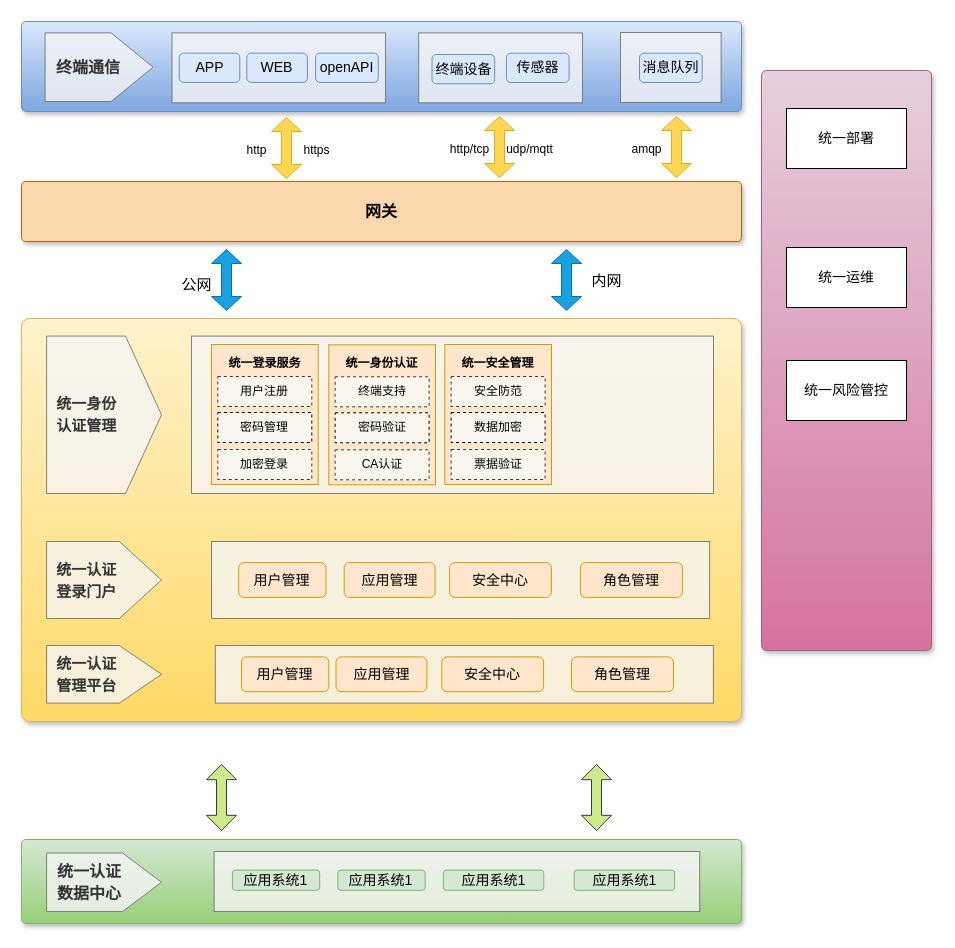
Above: 东庄信息化项目-统一权限管理.drawio in sun-beijixing/drawio (draw.io), before the change. Source tidied: cells renumbered, new cells numbered last; positions are measured from the earlier drawing's top-left corner, leaving out a move shared by most shapes. Both pictures are drawn from the tidied source at 100%, with x=0, y=0 at pixel (21, 21).
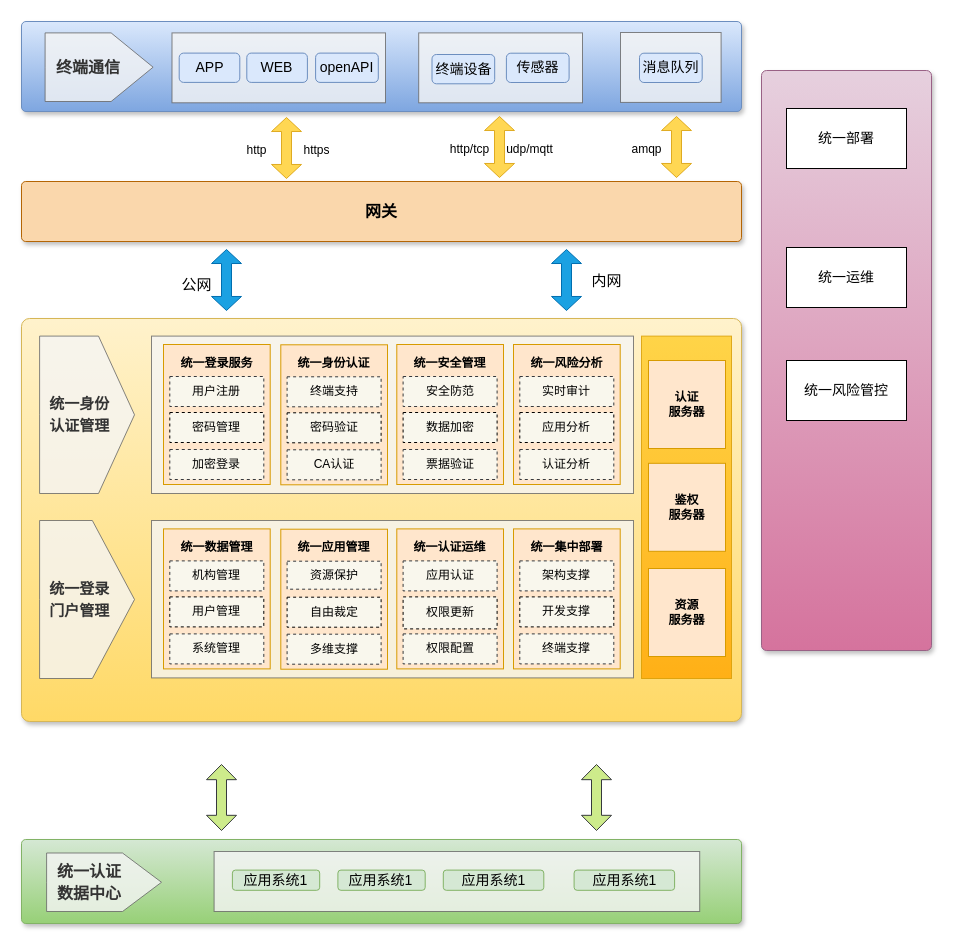
After the change.

Commit message (it also covers changes not shown here):
更新东庄信息化项目-统一权限管理.drawio

The change refers to these unchanged cells:
```xml
<mxCell id="14" style="text;html=1;strokeColor=#d6b656;fillColor=#fff2cc;align=center;verticalAlign=middle;whiteSpace=wrap;fontSize=54;fontStyle=1;shadow=1;rounded=1;glass=0;sketch=0;arcSize=2;gradientColor=#ffd966;" parent="1" vertex="1">
  <mxGeometry y="297" width="720" height="403" as="geometry" />
</mxCell>
```

Change to the diagram source:
```diff
@@
     <mxCell id="15" style="rounded=0;whiteSpace=wrap;html=1;shadow=0;glass=0;sketch=0;fontSize=20;fillColor=#f5f5f5;fontColor=#333333;strokeColor=#666666;opacity=80;" parent="14" vertex="1">
-      <mxGeometry x="170" y="17.6" width="522" height="157.4" as="geometry" />
+      <mxGeometry x="130" y="17.6" width="482" height="157.4" as="geometry" />
     </mxCell>
     <mxCell id="16" value="&lt;div style=&quot;&quot;&gt;&lt;b style=&quot;font-size: 15px;&quot;&gt;&amp;nbsp; 统一身份&lt;br&gt;&amp;nbsp; 认证管理&lt;/b&gt;&lt;br&gt;&lt;/div&gt;" style="html=1;shadow=0;dashed=0;align=left;verticalAlign=middle;shape=mxgraph.arrows2.arrow;dy=0;dx=36;notch=0;rounded=0;glass=0;sketch=0;fontSize=18;fillColor=#f5f5f5;fontColor=#333333;strokeColor=#666666;whiteSpace=wrap;opacity=80;" parent="14" vertex="1">
-      <mxGeometry x="25.1" y="17.6" width="114.9" height="157.4" as="geometry" />
+      <mxGeometry x="18.1" y="17.6" width="94.9" height="157.4" as="geometry" />
     </mxCell>
-    <mxCell id="17" style="rounded=0;whiteSpace=wrap;html=1;shadow=0;glass=0;sketch=0;fontSize=20;fillColor=#f5f5f5;fontColor=#333333;strokeColor=#666666;opacity=80;" parent="14" vertex="1">
-      <mxGeometry x="190" y="223" width="498.1" height="77" as="geometry" />
-    </mxCell>
-    <mxCell id="18" value="&lt;font style=&quot;font-size: 14px;&quot;&gt;用户管理&lt;/font&gt;" style="rounded=1;whiteSpace=wrap;html=1;shadow=0;glass=0;sketch=0;fillColor=#ffe6cc;strokeColor=#d79b00;" parent="14" vertex="1">
-      <mxGeometry x="217.2" y="244.1" width="87.3" height="34.8" as="geometry" />
-    </mxCell>
-    <mxCell id="19" value="&lt;span style=&quot;color: rgb(51, 51, 51);&quot;&gt;&lt;b style=&quot;font-size: 15px;&quot;&gt;&lt;font style=&quot;font-size: 15px;&quot;&gt;&amp;nbsp; 统一认证&lt;br&gt;&amp;nbsp; 登录门户&lt;br&gt;&lt;/font&gt;&lt;/b&gt;&lt;/span&gt;" style="html=1;shadow=0;dashed=0;align=left;verticalAlign=middle;shape=mxgraph.arrows2.arrow;dy=0;dx=42.16;notch=0;rounded=0;glass=0;sketch=0;fontSize=18;fillColor=#f5f5f5;fontColor=#333333;strokeColor=#666666;whiteSpace=wrap;opacity=80;" parent="14" vertex="1">
-      <mxGeometry x="25.1" y="223" width="114.9" height="77" as="geometry" />
+    <mxCell id="19" value="&lt;span style=&quot;color: rgb(51, 51, 51);&quot;&gt;&lt;b style=&quot;font-size: 15px;&quot;&gt;&lt;font style=&quot;font-size: 15px;&quot;&gt;&amp;nbsp; 统一登录&lt;br&gt;&amp;nbsp; 门户管理&lt;br&gt;&lt;/font&gt;&lt;/b&gt;&lt;/span&gt;" style="html=1;shadow=0;dashed=0;align=left;verticalAlign=middle;shape=mxgraph.arrows2.arrow;dy=0;dx=42.16;notch=0;rounded=0;glass=0;sketch=0;fontSize=18;fillColor=#f5f5f5;fontColor=#333333;strokeColor=#666666;whiteSpace=wrap;opacity=80;" parent="14" vertex="1">
+      <mxGeometry x="18.1" y="202" width="94.9" height="158" as="geometry" />
     </mxCell>
-    <mxCell id="20" value="&lt;font style=&quot;font-size: 14px;&quot;&gt;角色管理&lt;/font&gt;" style="rounded=1;whiteSpace=wrap;html=1;shadow=0;glass=0;sketch=0;fillColor=#ffe6cc;strokeColor=#d79b00;" parent="14" vertex="1">
-      <mxGeometry x="558.9" y="244.1" width="102" height="34.8" as="geometry" />
-    </mxCell>
-    <mxCell id="21" value="&lt;font style=&quot;font-size: 14px;&quot;&gt;安全中心&lt;/font&gt;" style="rounded=1;whiteSpace=wrap;html=1;shadow=0;glass=0;sketch=0;fillColor=#ffe6cc;strokeColor=#d79b00;" parent="14" vertex="1">
-      <mxGeometry x="428.1" y="244.1" width="101.8" height="34.8" as="geometry" />
-    </mxCell>
-    <mxCell id="22" value="&lt;font style=&quot;font-size: 14px;&quot;&gt;&lt;font style=&quot;font-size: 14px;&quot;&gt;应用&lt;/font&gt;&lt;font style=&quot;font-size: 14px;&quot;&gt;管理&lt;/font&gt;&lt;/font&gt;" style="rounded=1;whiteSpace=wrap;html=1;shadow=0;glass=0;sketch=0;fillColor=#ffe6cc;strokeColor=#d79b00;" parent="14" vertex="1">
-      <mxGeometry x="322.7" y="244.1" width="90.9" height="34.8" as="geometry" />
-    </mxCell>
-    <mxCell id="23" style="rounded=0;whiteSpace=wrap;html=1;shadow=0;glass=0;sketch=0;fontSize=20;fillColor=#f5f5f5;fontColor=#333333;strokeColor=#666666;opacity=80;" parent="14" vertex="1">
-      <mxGeometry x="193.8" y="327" width="498.1" height="57.6" as="geometry" />
-    </mxCell>
-    <mxCell id="24" value="&lt;font style=&quot;font-size: 14px;&quot;&gt;用户管理&lt;/font&gt;" style="rounded=1;whiteSpace=wrap;html=1;shadow=0;glass=0;sketch=0;fillColor=#ffe6cc;strokeColor=#d79b00;" parent="14" vertex="1">
-      <mxGeometry x="220" y="338.4" width="87.3" height="34.8" as="geometry" />
-    </mxCell>
-    <mxCell id="25" value="&lt;span style=&quot;color: rgb(51, 51, 51);&quot;&gt;&lt;b style=&quot;font-size: 15px;&quot;&gt;&lt;font style=&quot;font-size: 15px;&quot;&gt;&amp;nbsp; 统一认证&lt;br&gt;&amp;nbsp; 管理平台&lt;/font&gt;&lt;/b&gt;&lt;/span&gt;" style="html=1;shadow=0;dashed=0;align=left;verticalAlign=middle;shape=mxgraph.arrows2.arrow;dy=0;dx=42.16;notch=0;rounded=0;glass=0;sketch=0;fontSize=18;fillColor=#f5f5f5;fontColor=#333333;strokeColor=#666666;whiteSpace=wrap;opacity=80;" parent="14" vertex="1">
-      <mxGeometry x="25.1" y="327" width="114.9" height="57.6" as="geometry" />
-    </mxCell>
-    <mxCell id="26" value="&lt;font style=&quot;font-size: 14px;&quot;&gt;角色管理&lt;/font&gt;" style="rounded=1;whiteSpace=wrap;html=1;shadow=0;glass=0;sketch=0;fillColor=#ffe6cc;strokeColor=#d79b00;" parent="14" vertex="1">
-      <mxGeometry x="550" y="338.4" width="102" height="34.8" as="geometry" />
-    </mxCell>
-    <mxCell id="27" value="&lt;font style=&quot;font-size: 14px;&quot;&gt;安全中心&lt;/font&gt;" style="rounded=1;whiteSpace=wrap;html=1;shadow=0;glass=0;sketch=0;fillColor=#ffe6cc;strokeColor=#d79b00;" parent="14" vertex="1">
-      <mxGeometry x="420.3" y="338.4" width="101.8" height="34.8" as="geometry" />
-    </mxCell>
-    <mxCell id="28" value="&lt;font style=&quot;font-size: 14px;&quot;&gt;应用管理&lt;/font&gt;" style="rounded=1;whiteSpace=wrap;html=1;shadow=0;glass=0;sketch=0;fillColor=#ffe6cc;strokeColor=#d79b00;" parent="14" vertex="1">
-      <mxGeometry x="314.5" y="338.4" width="90.9" height="34.8" as="geometry" />
-    </mxCell>
     <mxCell id="29" style="group;" parent="14" vertex="1">
-      <mxGeometry x="190" y="26" width="106.7" height="140" as="geometry" />
+      <mxGeometry x="142" y="26" width="106.7" height="140" as="geometry" />
     </mxCell>
@@
     <mxCell id="35" style="group;" parent="14" vertex="1">
-      <mxGeometry x="307.3" y="26.3" width="106.7" height="140" as="geometry" />
+      <mxGeometry x="259.3" y="26.3" width="106.7" height="140" as="geometry" />
     </mxCell>
@@
     <mxCell id="41" style="group;" parent="14" vertex="1">
-      <mxGeometry x="423.3" y="26" width="106.7" height="140" as="geometry" />
+      <mxGeometry x="375.3" y="26" width="106.7" height="140" as="geometry" />
     </mxCell>
@@
+    <mxCell id="76" style="group;" parent="14" vertex="1">
+      <mxGeometry x="492" y="26" width="106.7" height="140" as="geometry" />
+    </mxCell>
+    <mxCell id="77" style="rounded=0;whiteSpace=wrap;html=1;shadow=0;glass=0;sketch=0;fillColor=#ffe6cc;strokeColor=#d79b00;" parent="76" vertex="1">
+      <mxGeometry width="106.7" height="140" as="geometry" />
+    </mxCell>
+    <mxCell id="78" value="&lt;font style=&quot;font-size: 12px;&quot;&gt;&lt;b&gt;统一风险分析&lt;/b&gt;&lt;/font&gt;" style="text;html=1;strokeColor=none;fillColor=none;align=center;verticalAlign=middle;whiteSpace=wrap;rounded=0;shadow=1;fontSize=16;" parent="76" vertex="1">
+      <mxGeometry x="13.8" y="2" width="79" height="30" as="geometry" />
+    </mxCell>
+    <mxCell id="79" value="实时审计" style="rounded=0;whiteSpace=wrap;html=1;shadow=0;fontSize=12;fillColor=#f9f7ed;strokeColor=#36393d;dashed=1;" parent="76" vertex="1">
+      <mxGeometry x="6.3" y="32" width="94" height="30" as="geometry" />
+    </mxCell>
+    <mxCell id="80" value="应用分析" style="rounded=0;whiteSpace=wrap;html=1;shadow=0;fontSize=12;fillColor=#f9f7ed;strokeColor=default;dashed=1;" parent="76" vertex="1">
+      <mxGeometry x="6.3" y="68" width="94" height="30" as="geometry" />
+    </mxCell>
+    <mxCell id="81" value="认证分析" style="rounded=0;whiteSpace=wrap;html=1;shadow=0;fontSize=12;fillColor=#f9f7ed;strokeColor=#36393d;dashed=1;" parent="76" vertex="1">
+      <mxGeometry x="6.3" y="105" width="94" height="30" as="geometry" />
+    </mxCell>
+    <mxCell id="82" style="rounded=0;whiteSpace=wrap;html=1;shadow=0;glass=0;sketch=0;fontSize=20;fillColor=#f5f5f5;fontColor=#333333;strokeColor=#666666;opacity=80;" parent="14" vertex="1">
+      <mxGeometry x="130" y="202" width="482" height="157.4" as="geometry" />
+    </mxCell>
+    <mxCell id="83" style="group;" parent="14" vertex="1">
+      <mxGeometry x="142" y="210.4" width="106.7" height="140" as="geometry" />
+    </mxCell>
+    <mxCell id="84" style="rounded=0;whiteSpace=wrap;html=1;shadow=0;glass=0;sketch=0;fillColor=#ffe6cc;strokeColor=#d79b00;" parent="83" vertex="1">
+      <mxGeometry width="106.7" height="140" as="geometry" />
+    </mxCell>
+    <mxCell id="85" value="&lt;font style=&quot;font-size: 12px;&quot;&gt;&lt;b&gt;统一数据管理&lt;/b&gt;&lt;/font&gt;" style="text;html=1;strokeColor=none;fillColor=none;align=center;verticalAlign=middle;whiteSpace=wrap;rounded=0;shadow=1;fontSize=16;" parent="83" vertex="1">
+      <mxGeometry x="13.8" y="2" width="79" height="30" as="geometry" />
+    </mxCell>
+    <mxCell id="86" value="机构管理" style="rounded=0;whiteSpace=wrap;html=1;shadow=0;fontSize=12;fillColor=#f9f7ed;strokeColor=#36393d;dashed=1;" parent="83" vertex="1">
+      <mxGeometry x="6.3" y="32" width="94" height="30" as="geometry" />
+    </mxCell>
+    <mxCell id="87" value="用户管理" style="rounded=0;whiteSpace=wrap;html=1;shadow=0;fontSize=12;fillColor=#f9f7ed;strokeColor=default;dashed=1;" parent="83" vertex="1">
+      <mxGeometry x="6.3" y="68" width="94" height="30" as="geometry" />
+    </mxCell>
+    <mxCell id="88" value="系统管理" style="rounded=0;whiteSpace=wrap;html=1;shadow=0;fontSize=12;fillColor=#f9f7ed;strokeColor=#36393d;dashed=1;" parent="83" vertex="1">
+      <mxGeometry x="6.3" y="105" width="94" height="30" as="geometry" />
+    </mxCell>
+    <mxCell id="89" style="group;" parent="14" vertex="1">
+      <mxGeometry x="259.3" y="210.7" width="106.7" height="140" as="geometry" />
+    </mxCell>
+    <mxCell id="90" style="rounded=0;whiteSpace=wrap;html=1;shadow=0;glass=0;sketch=0;fillColor=#ffe6cc;strokeColor=#d79b00;" parent="89" vertex="1">
+      <mxGeometry width="106.7" height="140" as="geometry" />
+    </mxCell>
+    <mxCell id="91" value="&lt;font style=&quot;font-size: 12px;&quot;&gt;&lt;b&gt;统一应用管理&lt;/b&gt;&lt;/font&gt;" style="text;html=1;strokeColor=none;fillColor=none;align=center;verticalAlign=middle;whiteSpace=wrap;rounded=0;shadow=1;fontSize=16;" parent="89" vertex="1">
+      <mxGeometry x="13.8" y="2" width="79" height="28" as="geometry" />
+    </mxCell>
+    <mxCell id="92" value="资源保护" style="rounded=0;whiteSpace=wrap;html=1;shadow=0;fontSize=12;fillColor=#f9f7ed;strokeColor=#36393d;dashed=1;" parent="89" vertex="1">
+      <mxGeometry x="6.3" y="32" width="94" height="28" as="geometry" />
+    </mxCell>
+    <mxCell id="93" value="自由裁定" style="rounded=0;whiteSpace=wrap;html=1;shadow=0;fontSize=12;fillColor=#f9f7ed;strokeColor=default;dashed=1;" parent="89" vertex="1">
+      <mxGeometry x="6.3" y="68" width="94" height="30" as="geometry" />
+    </mxCell>
+    <mxCell id="94" value="多维支撑" style="rounded=0;whiteSpace=wrap;html=1;shadow=0;fontSize=12;fillColor=#f9f7ed;strokeColor=#36393d;dashed=1;" parent="89" vertex="1">
+      <mxGeometry x="6.3" y="105" width="94" height="30" as="geometry" />
+    </mxCell>
+    <mxCell id="95" style="group;" parent="14" vertex="1">
+      <mxGeometry x="375.3" y="210.4" width="106.7" height="140" as="geometry" />
+    </mxCell>
+    <mxCell id="96" style="rounded=0;whiteSpace=wrap;html=1;shadow=0;glass=0;sketch=0;fillColor=#ffe6cc;strokeColor=#d79b00;" parent="95" vertex="1">
+      <mxGeometry width="106.7" height="140" as="geometry" />
+    </mxCell>
+    <mxCell id="97" value="&lt;font style=&quot;font-size: 12px;&quot;&gt;&lt;b&gt;统一认证运维&lt;/b&gt;&lt;/font&gt;" style="text;html=1;strokeColor=none;fillColor=none;align=center;verticalAlign=middle;whiteSpace=wrap;rounded=0;shadow=1;fontSize=16;" parent="95" vertex="1">
+      <mxGeometry x="13.8" y="2" width="79" height="30" as="geometry" />
+    </mxCell>
+    <mxCell id="98" value="应用认证" style="rounded=0;whiteSpace=wrap;html=1;shadow=0;fontSize=12;fillColor=#f9f7ed;strokeColor=#36393d;dashed=1;" parent="95" vertex="1">
+      <mxGeometry x="6.3" y="32" width="94" height="30" as="geometry" />
+    </mxCell>
+    <mxCell id="99" value="权限更新" style="rounded=0;whiteSpace=wrap;html=1;shadow=0;fontSize=12;fillColor=#f9f7ed;strokeColor=default;dashed=1;" parent="95" vertex="1">
+      <mxGeometry x="6.3" y="68" width="94" height="32" as="geometry" />
+    </mxCell>
+    <mxCell id="100" value="权限配置" style="rounded=0;whiteSpace=wrap;html=1;shadow=0;fontSize=12;fillColor=#f9f7ed;strokeColor=#36393d;dashed=1;" parent="95" vertex="1">
+      <mxGeometry x="6.3" y="105" width="94" height="30" as="geometry" />
+    </mxCell>
+    <mxCell id="101" style="group;" parent="14" vertex="1">
+      <mxGeometry x="492" y="210.4" width="106.7" height="140" as="geometry" />
+    </mxCell>
+    <mxCell id="102" style="rounded=0;whiteSpace=wrap;html=1;shadow=0;glass=0;sketch=0;fillColor=#ffe6cc;strokeColor=#d79b00;" parent="101" vertex="1">
+      <mxGeometry width="106.7" height="140" as="geometry" />
+    </mxCell>
+    <mxCell id="103" value="&lt;font style=&quot;font-size: 12px;&quot;&gt;&lt;b&gt;统一集中部署&lt;/b&gt;&lt;/font&gt;" style="text;html=1;strokeColor=none;fillColor=none;align=center;verticalAlign=middle;whiteSpace=wrap;rounded=0;shadow=1;fontSize=16;" parent="101" vertex="1">
+      <mxGeometry x="13.8" y="2" width="79" height="30" as="geometry" />
+    </mxCell>
+    <mxCell id="104" value="架构支撑" style="rounded=0;whiteSpace=wrap;html=1;shadow=0;fontSize=12;fillColor=#f9f7ed;strokeColor=#36393d;dashed=1;" parent="101" vertex="1">
+      <mxGeometry x="6.3" y="32" width="94" height="30" as="geometry" />
+    </mxCell>
+    <mxCell id="105" value="开发支撑" style="rounded=0;whiteSpace=wrap;html=1;shadow=0;fontSize=12;fillColor=#f9f7ed;strokeColor=default;dashed=1;" parent="101" vertex="1">
+      <mxGeometry x="6.3" y="68" width="94" height="30" as="geometry" />
+    </mxCell>
+    <mxCell id="106" value="终端支撑" style="rounded=0;whiteSpace=wrap;html=1;shadow=0;fontSize=12;fillColor=#f9f7ed;strokeColor=#36393d;dashed=1;" parent="101" vertex="1">
+      <mxGeometry x="6.3" y="105" width="94" height="30" as="geometry" />
+    </mxCell>
+    <mxCell id="107" style="rounded=0;whiteSpace=wrap;html=1;shadow=0;glass=0;sketch=0;fontSize=20;fillColor=#ffcd28;strokeColor=#d79b00;opacity=80;gradientColor=#ffa500;" parent="14" vertex="1">
+      <mxGeometry x="620" y="17.6" width="90" height="342.4" as="geometry" />
+    </mxCell>
+    <mxCell id="108" value="&lt;b&gt;认证&lt;br&gt;服务器&lt;/b&gt;" style="rounded=0;whiteSpace=wrap;html=1;shadow=0;fontSize=12;fillColor=#ffe6cc;strokeColor=#d79b00;" parent="14" vertex="1">
+      <mxGeometry x="627" y="42" width="77" height="88" as="geometry" />
+    </mxCell>
+    <mxCell id="109" value="&lt;b&gt;鉴权&lt;br&gt;服务器&lt;/b&gt;" style="rounded=0;whiteSpace=wrap;html=1;shadow=0;fontSize=12;fillColor=#ffe6cc;strokeColor=#d79b00;" parent="14" vertex="1">
+      <mxGeometry x="627" y="144.8" width="77" height="88" as="geometry" />
+    </mxCell>
+    <mxCell id="110" value="&lt;b&gt;资源&lt;br&gt;服务器&lt;/b&gt;" style="rounded=0;whiteSpace=wrap;html=1;shadow=0;fontSize=12;fillColor=#ffe6cc;strokeColor=#d79b00;" parent="14" vertex="1">
+      <mxGeometry x="627" y="250" width="77" height="88" as="geometry" />
+    </mxCell>
```
